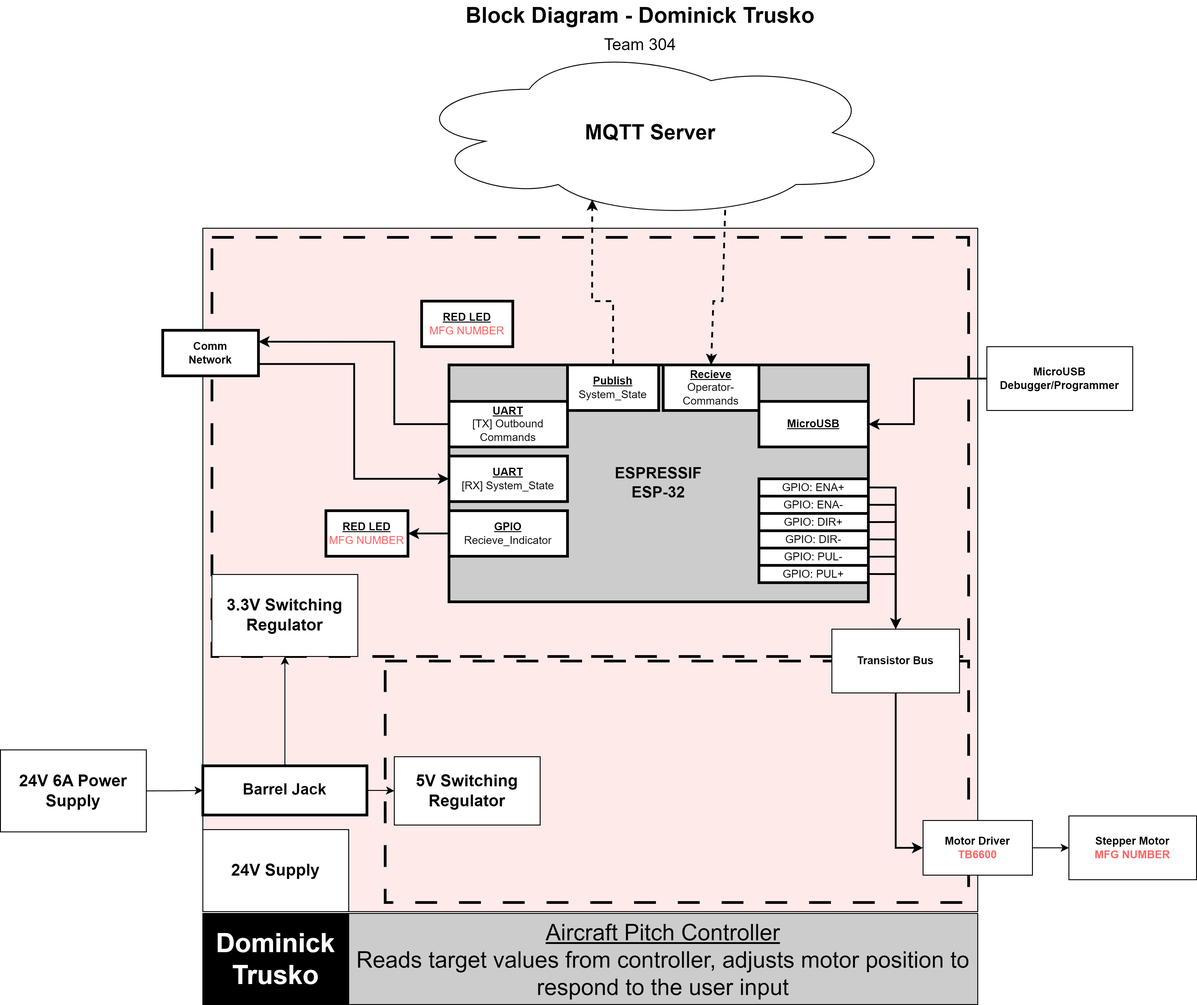
RecPal/DomTrusko304.github.io keeps this draw.io diagram as media/Block_Diagram/BlockDiagram.png. Above is the earlier version. Source tidied: cells renumbered, new cells last; positions are measured from the earlier drawing's top-left corner, leaving out a move shared by most shapes.
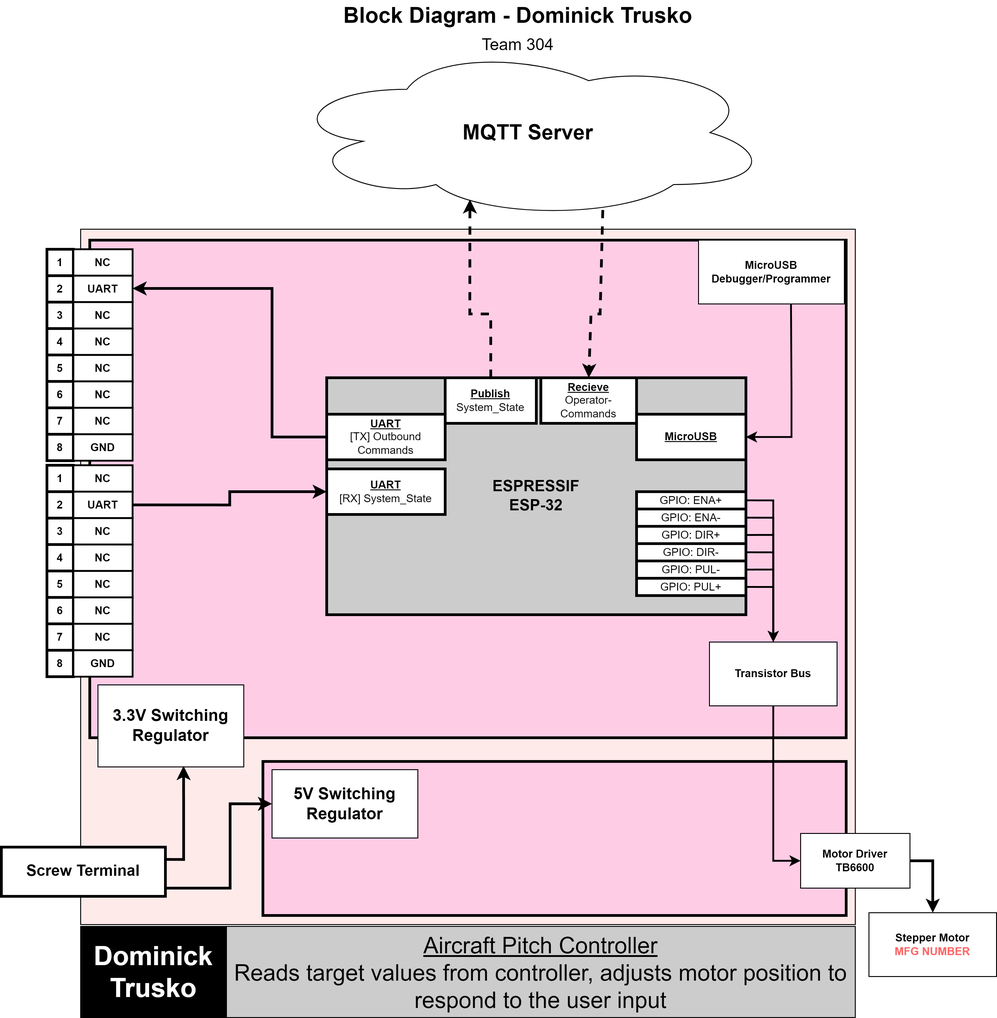
After the change.

Commit message:
Block Diagram Update

Diff of the diagram source:
```diff
@@ -4,5 +4,5 @@
     <mxCell id="1" parent="0" />
-    <mxCell id="2" style="rounded=0;whiteSpace=wrap;html=1;fillColor=#FFEAEA;" parent="1" vertex="1">
-      <mxGeometry x="222" y="250" width="850" height="750" as="geometry" />
-    </mxCell>
+    <mxCell id="51" style="rounded=0;whiteSpace=wrap;html=1;fillColor=#FFEAEA;" parent="1" vertex="1">
+      <mxGeometry x="222" y="237" width="850" height="763" as="geometry" />
+    </mxCell>
     <mxCell id="3" value="Dominick&lt;br&gt;Trusko" style="rounded=0;whiteSpace=wrap;html=1;fontStyle=1;fontSize=29;fillColor=#000000;fontColor=#FFFFFF;" parent="1" vertex="1">
@@ -13,13 +13,13 @@
     </mxCell>
-    <mxCell id="5" style="rounded=0;whiteSpace=wrap;html=1;fillColor=none;dashed=1;dashPattern=8 8;strokeWidth=3;" parent="1" vertex="1">
-      <mxGeometry x="422" y="725" width="640" height="265" as="geometry" />
-    </mxCell>
-    <mxCell id="6" style="rounded=0;whiteSpace=wrap;html=1;fillColor=none;dashed=1;dashPattern=8 8;strokeWidth=3;" parent="1" vertex="1">
-      <mxGeometry x="232" y="260" width="830" height="460" as="geometry" />
-    </mxCell>
+    <mxCell id="52" style="rounded=0;whiteSpace=wrap;html=1;fillColor=#FFCCE6;strokeWidth=3;gradientColor=none;fillStyle=auto;" parent="1" vertex="1">
+      <mxGeometry x="422" y="821" width="640" height="169" as="geometry" />
+    </mxCell>
+    <mxCell id="53" style="rounded=0;whiteSpace=wrap;html=1;fillColor=#FFCCE6;strokeWidth=3;fillStyle=auto;" parent="1" vertex="1">
+      <mxGeometry x="232" y="249" width="830" height="546" as="geometry" />
+    </mxCell>
     <mxCell id="7" value="3.3V Switching Regulator" style="rounded=0;whiteSpace=wrap;html=1;fontStyle=1;fontSize=18;" parent="1" vertex="1">
-      <mxGeometry x="232" y="630" width="160" height="90" as="geometry" />
+      <mxGeometry x="241" y="737" width="160" height="90" as="geometry" />
     </mxCell>
     <mxCell id="8" value="&lt;b&gt;&lt;font style=&quot;font-size: 23px;&quot;&gt;MQTT Server&lt;/font&gt;&lt;/b&gt;" style="ellipse;shape=cloud;whiteSpace=wrap;html=1;" parent="1" vertex="1">
-      <mxGeometry x="447" y="50" width="532" height="190" as="geometry" />
+      <mxGeometry x="447" y="36" width="532" height="190" as="geometry" />
     </mxCell>
@@ -28,3 +28,3 @@
     </mxCell>
-    <mxCell id="10" style="endArrow=classic;html=1;rounded=0;entryX=0.38;entryY=0.886;entryDx=0;entryDy=0;entryPerimeter=0;fontSize=11;strokeWidth=2;dashed=1;exitX=0.5;exitY=0;exitDx=0;exitDy=0;" parent="1" edge="1" source="35" target="8">
+    <mxCell id="10" style="endArrow=classic;html=1;rounded=0;entryX=0.38;entryY=0.886;entryDx=0;entryDy=0;entryPerimeter=0;fontSize=11;strokeWidth=3;dashed=1;exitX=0.5;exitY=0;exitDx=0;exitDy=0;" parent="1" edge="1" source="35" target="8">
       <mxGeometry relative="1" as="geometry">
@@ -36,3 +36,3 @@
     </mxCell>
-    <mxCell id="11" style="endArrow=classic;html=1;rounded=0;entryX=0.5;entryY=0;entryDx=0;entryDy=0;fontSize=11;strokeWidth=2;exitX=0.654;exitY=0.947;exitDx=0;exitDy=0;exitPerimeter=0;dashed=1;" parent="1" edge="1" source="8" target="36">
+    <mxCell id="11" style="endArrow=classic;html=1;rounded=0;entryX=0.5;entryY=0;entryDx=0;entryDy=0;fontSize=11;strokeWidth=3;exitX=0.654;exitY=0.947;exitDx=0;exitDy=0;exitPerimeter=0;dashed=1;" parent="1" edge="1" source="8" target="36">
       <mxGeometry relative="1" as="geometry">
@@ -48,5 +48,5 @@
     <mxCell id="13" value="&lt;h1 style=&quot;margin-top: 0px; line-height: 80%;&quot;&gt;Block Diagram - Dominick Trusko&lt;/h1&gt;&lt;p style=&quot;line-height: 80%;&quot;&gt;&lt;font style=&quot;font-size: 18px; line-height: 80%;&quot;&gt;Team 304&lt;/font&gt;&lt;/p&gt;" style="text;html=1;whiteSpace=wrap;overflow=hidden;rounded=0;align=center;" parent="1" vertex="1">
-      <mxGeometry x="502" width="400" height="90" as="geometry" />
+      <mxGeometry x="502" y="-14" width="400" height="90" as="geometry" />
     </mxCell>
-    <mxCell id="14" style="endArrow=classic;html=1;rounded=0;entryX=1;entryY=0.5;entryDx=0;entryDy=0;fontSize=11;strokeWidth=2;exitX=0;exitY=0.5;exitDx=0;exitDy=0;" parent="1" edge="1" source="15" target="12">
+    <mxCell id="14" style="endArrow=classic;html=1;rounded=0;entryX=1;entryY=0.5;entryDx=0;entryDy=0;fontSize=11;strokeWidth=2;exitX=0.634;exitY=0.993;exitDx=0;exitDy=0;exitPerimeter=0;" parent="1" edge="1" source="15" target="12">
       <mxGeometry relative="1" as="geometry">
@@ -59,3 +59,3 @@
     <mxCell id="15" value="MicroUSB Debugger/Programmer" style="rounded=0;whiteSpace=wrap;html=1;fontStyle=1;" parent="1" vertex="1">
-      <mxGeometry x="1082" y="380" width="160" height="70" as="geometry" />
+      <mxGeometry x="900" y="249" width="160" height="70" as="geometry" />
     </mxCell>
@@ -78,16 +78,4 @@
     <mxCell id="20" value="Stepper Motor&lt;br&gt;&lt;font style=&quot;color: rgb(255, 102, 102);&quot;&gt;MFG NUMBER&lt;/font&gt;" style="rounded=0;whiteSpace=wrap;html=1;fontStyle=1;" parent="1" vertex="1">
-      <mxGeometry x="1172" y="895" width="140" height="70" as="geometry" />
+      <mxGeometry x="1087" y="987" width="140" height="70" as="geometry" />
     </mxCell>
-    <mxCell id="21" value="&lt;b&gt;Comm&lt;br&gt;Network&lt;/b&gt;" style="rounded=0;whiteSpace=wrap;html=1;strokeWidth=3;" parent="1" vertex="1">
-      <mxGeometry x="178" y="362" width="105" height="50" as="geometry" />
-    </mxCell>
-    <mxCell id="22" style="edgeStyle=orthogonalEdgeStyle;shape=connector;rounded=0;jettySize=auto;html=1;exitX=0;exitY=0.5;exitDx=0;exitDy=0;entryX=1;entryY=0.5;entryDx=0;entryDy=0;strokeColor=default;strokeWidth=2;align=center;verticalAlign=middle;fontFamily=Helvetica;fontSize=11;fontColor=default;labelBackgroundColor=default;startArrow=classic;startFill=1;endArrow=none;endFill=1;" parent="1" edge="1" source="23" target="21">
-      <mxGeometry relative="1" as="geometry">
-        <Array as="points">
-          <mxPoint x="388" y="525" />
-          <mxPoint x="388" y="399" />
-          <mxPoint x="283" y="399" />
-        </Array>
-      </mxGeometry>
-    </mxCell>
     <mxCell id="23" value="&lt;u style=&quot;font-weight: bold;&quot;&gt;UART&lt;/u&gt;&lt;br&gt;[RX] System_State" style="rounded=0;whiteSpace=wrap;html=1;strokeWidth=3;" parent="1" vertex="1">
@@ -95,11 +83,12 @@
     </mxCell>
-    <mxCell id="24" style="edgeStyle=orthogonalEdgeStyle;shape=connector;rounded=0;jettySize=auto;html=1;exitX=0;exitY=0.25;exitDx=0;exitDy=0;entryX=1;entryY=0.25;entryDx=0;entryDy=0;strokeColor=default;strokeWidth=2;align=center;verticalAlign=middle;fontFamily=Helvetica;fontSize=11;fontColor=default;labelBackgroundColor=default;startArrow=none;startFill=0;endArrow=classic;endFill=1;" parent="1" edge="1" source="25" target="21">
-      <mxGeometry relative="1" as="geometry">
-        <Array as="points">
-          <mxPoint x="492" y="465" />
-          <mxPoint x="432" y="465" />
-          <mxPoint x="432" y="375" />
-        </Array>
-      </mxGeometry>
-    </mxCell>
+    <mxCell id="54" style="edgeStyle=orthogonalEdgeStyle;shape=connector;rounded=0;jettySize=auto;html=1;exitX=0;exitY=0.25;exitDx=0;exitDy=0;entryX=1;entryY=0.5;entryDx=0;entryDy=0;strokeColor=default;strokeWidth=3;align=center;verticalAlign=middle;fontFamily=Helvetica;fontSize=11;fontColor=default;labelBackgroundColor=default;startArrow=none;startFill=0;endArrow=classic;endFill=1;" parent="1" edge="1" source="25" target="70">
+      <mxGeometry relative="1" as="geometry">
+        <Array as="points">
+          <mxPoint x="492" y="465" />
+          <mxPoint x="432" y="465" />
+          <mxPoint x="432" y="302" />
+          <mxPoint x="279" y="302" />
+        </Array>
+      </mxGeometry>
+    </mxCell>
     <mxCell id="25" value="&lt;u style=&quot;font-weight: bold;&quot;&gt;UART&lt;/u&gt;&lt;br&gt;[TX] Outbound Commands" style="rounded=0;whiteSpace=wrap;html=1;strokeWidth=3;" parent="1" vertex="1">
@@ -107,26 +96,16 @@
     </mxCell>
-    <mxCell id="26" value="&lt;b&gt;&lt;u&gt;RED LED&lt;/u&gt;&lt;/b&gt;&lt;div&gt;&lt;font style=&quot;color: rgb(255, 102, 102);&quot;&gt;MFG NUMBER&lt;/font&gt;&lt;/div&gt;" style="rounded=0;whiteSpace=wrap;html=1;strokeWidth=3;" parent="1" vertex="1">
-      <mxGeometry x="462" y="330" width="100" height="50" as="geometry" />
-    </mxCell>
-    <mxCell id="27" style="edgeStyle=none;shape=connector;rounded=0;jettySize=auto;html=1;exitX=1;exitY=0.5;exitDx=0;exitDy=0;entryX=0;entryY=0.5;entryDx=0;entryDy=0;strokeColor=default;strokeWidth=2;align=center;verticalAlign=middle;fontFamily=Helvetica;fontSize=11;fontColor=default;labelBackgroundColor=default;startArrow=classic;startFill=1;endArrow=none;" parent="1" edge="1" source="28" target="29">
-      <mxGeometry relative="1" as="geometry" />
-    </mxCell>
-    <mxCell id="28" value="&lt;b&gt;&lt;u&gt;RED LED&lt;/u&gt;&lt;/b&gt;&lt;div&gt;&lt;font style=&quot;color: rgb(255, 102, 102);&quot;&gt;MFG NUMBER&lt;/font&gt;&lt;/div&gt;" style="rounded=0;whiteSpace=wrap;html=1;strokeWidth=3;" parent="1" vertex="1">
-      <mxGeometry x="357" y="560" width="90" height="50" as="geometry" />
-    </mxCell>
-    <mxCell id="29" value="&lt;u style=&quot;font-weight: bold;&quot;&gt;GPIO&lt;/u&gt;&lt;br&gt;Recieve_Indicator" style="rounded=0;whiteSpace=wrap;html=1;strokeWidth=3;" parent="1" vertex="1">
-      <mxGeometry x="492" y="560" width="130" height="50" as="geometry" />
-    </mxCell>
-    <mxCell id="30" style="edgeStyle=orthogonalEdgeStyle;rounded=0;jettySize=auto;html=1;entryX=0;entryY=0.5;entryDx=0;entryDy=0;" parent="1" edge="1" source="31" target="34">
-      <mxGeometry relative="1" as="geometry" />
-    </mxCell>
-    <mxCell id="31" value="&lt;b&gt;Barrel Jack&lt;/b&gt;" style="rounded=0;whiteSpace=wrap;html=1;strokeWidth=3;fontSize=17;" parent="1" vertex="1">
-      <mxGeometry x="222" y="840" width="180" height="54" as="geometry" />
-    </mxCell>
-    <mxCell id="32" style="edgeStyle=orthogonalEdgeStyle;rounded=0;jettySize=auto;html=1;entryX=0.5;entryY=1;entryDx=0;entryDy=0;" parent="1" edge="1" source="31" target="7">
-      <mxGeometry relative="1" as="geometry" />
-    </mxCell>
-    <mxCell id="33" value="24V Supply" style="rounded=0;whiteSpace=wrap;html=1;fontStyle=1;fontSize=18;" parent="1" vertex="1">
-      <mxGeometry x="222" y="910" width="160" height="90" as="geometry" />
-    </mxCell>
+    <mxCell id="55" style="edgeStyle=orthogonalEdgeStyle;rounded=0;jettySize=auto;html=1;entryX=0;entryY=0.5;entryDx=0;entryDy=0;strokeWidth=3;" parent="1" edge="1" source="57" target="34">
+      <mxGeometry relative="1" as="geometry">
+        <Array as="points">
+          <mxPoint x="386" y="960" />
+          <mxPoint x="386" y="868" />
+        </Array>
+      </mxGeometry>
+    </mxCell>
+    <mxCell id="56" style="edgeStyle=orthogonalEdgeStyle;rounded=0;jettySize=auto;html=1;exitX=1;exitY=0.25;exitDx=0;exitDy=0;entryX=0.587;entryY=0.989;entryDx=0;entryDy=0;strokeWidth=3;entryPerimeter=0;" parent="1" edge="1" source="57" target="7">
+      <mxGeometry relative="1" as="geometry" />
+    </mxCell>
+    <mxCell id="57" value="&lt;b&gt;Screw Terminal&lt;/b&gt;" style="rounded=0;whiteSpace=wrap;html=1;strokeWidth=3;fontSize=17;" parent="1" vertex="1">
+      <mxGeometry x="135" y="915" width="180" height="54" as="geometry" />
+    </mxCell>
     <mxCell id="34" value="5V Switching Regulator" style="rounded=0;whiteSpace=wrap;html=1;fontStyle=1;fontSize=18;" parent="1" vertex="1">
@@ -140,6 +119,6 @@
     </mxCell>
-    <mxCell id="37" style="edgeStyle=orthogonalEdgeStyle;rounded=0;jettySize=auto;html=1;exitX=1;exitY=0.5;exitDx=0;exitDy=0;entryX=0;entryY=0.5;entryDx=0;entryDy=0;" parent="1" edge="1" source="38" target="20">
+    <mxCell id="37" style="edgeStyle=orthogonalEdgeStyle;rounded=0;jettySize=auto;html=1;exitX=1;exitY=0.5;exitDx=0;exitDy=0;entryX=0.5;entryY=0;entryDx=0;entryDy=0;strokeWidth=3;" parent="1" edge="1" source="38" target="20">
       <mxGeometry relative="1" as="geometry" />
     </mxCell>
-    <mxCell id="38" value="&lt;b&gt;Motor Driver&lt;/b&gt;&lt;div&gt;&lt;b&gt;&lt;font style=&quot;color: rgb(255, 102, 102);&quot;&gt;TB6600&lt;/font&gt;&lt;/b&gt;&lt;/div&gt;" style="rounded=0;whiteSpace=wrap;html=1;" parent="1" vertex="1">
+    <mxCell id="38" value="&lt;b&gt;Motor Driver&lt;/b&gt;&lt;div&gt;&lt;b&gt;&lt;font style=&quot;color: rgb(0, 0, 0);&quot;&gt;TB6600&lt;/font&gt;&lt;/b&gt;&lt;/div&gt;" style="rounded=0;whiteSpace=wrap;html=1;" parent="1" vertex="1">
       <mxGeometry x="1012" y="900" width="120" height="60" as="geometry" />
@@ -176,8 +155,110 @@
     </mxCell>
-    <mxCell id="49" style="edgeStyle=orthogonalEdgeStyle;rounded=0;jettySize=auto;html=1;exitX=1;exitY=0.5;exitDx=0;exitDy=0;entryX=0;entryY=0.5;entryDx=0;entryDy=0;" parent="1" edge="1" source="50" target="31">
-      <mxGeometry relative="1" as="geometry" />
-    </mxCell>
-    <mxCell id="50" value="24V 6A Power Supply" style="rounded=0;whiteSpace=wrap;html=1;fontStyle=1;fontSize=18;" parent="1" vertex="1">
-      <mxGeometry y="822.5" width="160" height="90" as="geometry" />
-    </mxCell>
+    <mxCell id="58" style="edgeStyle=orthogonalEdgeStyle;rounded=0;jettySize=auto;html=1;exitX=1;exitY=0.5;exitDx=0;exitDy=0;strokeWidth=3;" parent="1" edge="1" source="87" target="23">
+      <mxGeometry relative="1" as="geometry" />
+    </mxCell>
+    <mxCell id="59" style="group;" parent="1" vertex="1">
+      <mxGeometry x="185" y="259" width="94" height="469" as="geometry" />
+    </mxCell>
+    <mxCell id="60" style="group;" parent="59" vertex="1">
+      <mxGeometry width="94" height="232" as="geometry" />
+    </mxCell>
+    <mxCell id="61" value="1" style="rounded=0;whiteSpace=wrap;html=1;strokeWidth=3;fontStyle=1;" parent="60" vertex="1">
+      <mxGeometry width="29" height="29" as="geometry" />
+    </mxCell>
+    <mxCell id="62" value="2" style="rounded=0;whiteSpace=wrap;html=1;strokeWidth=3;fontStyle=1;" parent="60" vertex="1">
+      <mxGeometry y="29" width="29" height="29" as="geometry" />
+    </mxCell>
+    <mxCell id="63" value="3" style="rounded=0;whiteSpace=wrap;html=1;strokeWidth=3;fontStyle=1;" parent="60" vertex="1">
+      <mxGeometry y="58" width="29" height="29" as="geometry" />
+    </mxCell>
+    <mxCell id="64" value="4" style="rounded=0;whiteSpace=wrap;html=1;strokeWidth=3;fontStyle=1;" parent="60" vertex="1">
+      <mxGeometry y="87" width="29" height="29" as="geometry" />
+    </mxCell>
+    <mxCell id="65" value="5" style="rounded=0;whiteSpace=wrap;html=1;strokeWidth=3;fontStyle=1;" parent="60" vertex="1">
+      <mxGeometry y="116" width="29" height="29" as="geometry" />
+    </mxCell>
+    <mxCell id="66" value="6" style="rounded=0;whiteSpace=wrap;html=1;strokeWidth=3;fontStyle=1;" parent="60" vertex="1">
+      <mxGeometry y="145" width="29" height="29" as="geometry" />
+    </mxCell>
+    <mxCell id="67" value="7" style="rounded=0;whiteSpace=wrap;html=1;strokeWidth=3;fontStyle=1;" parent="60" vertex="1">
+      <mxGeometry y="174" width="29" height="29" as="geometry" />
+    </mxCell>
+    <mxCell id="68" value="8" style="rounded=0;whiteSpace=wrap;html=1;strokeWidth=3;fontStyle=1;" parent="60" vertex="1">
+      <mxGeometry y="203" width="29" height="29" as="geometry" />
+    </mxCell>
+    <mxCell id="69" value="NC" style="rounded=0;whiteSpace=wrap;html=1;strokeWidth=2;fontStyle=1;" parent="60" vertex="1">
+      <mxGeometry x="29" width="65" height="29" as="geometry" />
+    </mxCell>
+    <mxCell id="70" value="UART" style="rounded=0;whiteSpace=wrap;html=1;strokeWidth=2;fontStyle=1;" parent="60" vertex="1">
+      <mxGeometry x="29" y="29" width="65" height="29" as="geometry" />
+    </mxCell>
+    <mxCell id="71" value="NC" style="rounded=0;whiteSpace=wrap;html=1;strokeWidth=2;fontStyle=1;" parent="60" vertex="1">
+      <mxGeometry x="29" y="58" width="65" height="29" as="geometry" />
+    </mxCell>
+    <mxCell id="72" value="NC" style="rounded=0;whiteSpace=wrap;html=1;strokeWidth=2;fontStyle=1;" parent="60" vertex="1">
+      <mxGeometry x="29" y="87" width="65" height="29" as="geometry" />
+    </mxCell>
+    <mxCell id="73" value="NC" style="rounded=0;whiteSpace=wrap;html=1;strokeWidth=2;fontStyle=1;" parent="60" vertex="1">
+      <mxGeometry x="29" y="116" width="65" height="29" as="geometry" />
+    </mxCell>
+    <mxCell id="74" value="NC" style="rounded=0;whiteSpace=wrap;html=1;strokeWidth=2;fontStyle=1;" parent="60" vertex="1">
+      <mxGeometry x="29" y="145" width="65" height="29" as="geometry" />
+    </mxCell>
+    <mxCell id="75" value="NC" style="rounded=0;whiteSpace=wrap;html=1;strokeWidth=2;fontStyle=1;" parent="60" vertex="1">
+      <mxGeometry x="29" y="174" width="65" height="29" as="geometry" />
+    </mxCell>
+    <mxCell id="76" value="GND" style="rounded=0;whiteSpace=wrap;html=1;strokeWidth=2;fontStyle=1;" parent="60" vertex="1">
+      <mxGeometry x="29" y="203" width="65" height="29" as="geometry" />
+    </mxCell>
+    <mxCell id="77" style="group;" parent="59" vertex="1">
+      <mxGeometry y="237" width="94" height="232" as="geometry" />
+    </mxCell>
+    <mxCell id="78" value="1" style="rounded=0;whiteSpace=wrap;html=1;strokeWidth=3;fontStyle=1;" parent="77" vertex="1">
+      <mxGeometry width="29" height="29" as="geometry" />
+    </mxCell>
+    <mxCell id="79" value="2" style="rounded=0;whiteSpace=wrap;html=1;strokeWidth=3;fontStyle=1;" parent="77" vertex="1">
+      <mxGeometry y="29" width="29" height="29" as="geometry" />
+    </mxCell>
+    <mxCell id="80" value="3" style="rounded=0;whiteSpace=wrap;html=1;strokeWidth=3;fontStyle=1;" parent="77" vertex="1">
+      <mxGeometry y="58" width="29" height="29" as="geometry" />
+    </mxCell>
+    <mxCell id="81" value="4" style="rounded=0;whiteSpace=wrap;html=1;strokeWidth=3;fontStyle=1;" parent="77" vertex="1">
+      <mxGeometry y="87" width="29" height="29" as="geometry" />
+    </mxCell>
+    <mxCell id="82" value="5" style="rounded=0;whiteSpace=wrap;html=1;strokeWidth=3;fontStyle=1;" parent="77" vertex="1">
+      <mxGeometry y="116" width="29" height="29" as="geometry" />
+    </mxCell>
+    <mxCell id="83" value="6" style="rounded=0;whiteSpace=wrap;html=1;strokeWidth=3;fontStyle=1;" parent="77" vertex="1">
+      <mxGeometry y="145" width="29" height="29" as="geometry" />
+    </mxCell>
+    <mxCell id="84" value="7" style="rounded=0;whiteSpace=wrap;html=1;strokeWidth=3;fontStyle=1;" parent="77" vertex="1">
+      <mxGeometry y="174" width="29" height="29" as="geometry" />
+    </mxCell>
+    <mxCell id="85" value="8" style="rounded=0;whiteSpace=wrap;html=1;strokeWidth=3;fontStyle=1;" parent="77" vertex="1">
+      <mxGeometry y="203" width="29" height="29" as="geometry" />
+    </mxCell>
+    <mxCell id="86" value="NC" style="rounded=0;whiteSpace=wrap;html=1;strokeWidth=2;fontStyle=1;" parent="77" vertex="1">
+      <mxGeometry x="29" width="65" height="29" as="geometry" />
+    </mxCell>
+    <mxCell id="87" value="UART" style="rounded=0;whiteSpace=wrap;html=1;strokeWidth=2;fontStyle=1;" parent="77" vertex="1">
+      <mxGeometry x="29" y="29" width="65" height="29" as="geometry" />
+    </mxCell>
+    <mxCell id="88" value="NC" style="rounded=0;whiteSpace=wrap;html=1;strokeWidth=2;fontStyle=1;" parent="77" vertex="1">
+      <mxGeometry x="29" y="58" width="65" height="29" as="geometry" />
+    </mxCell>
+    <mxCell id="89" value="NC" style="rounded=0;whiteSpace=wrap;html=1;strokeWidth=2;fontStyle=1;" parent="77" vertex="1">
+      <mxGeometry x="29" y="87" width="65" height="29" as="geometry" />
+    </mxCell>
+    <mxCell id="90" value="NC" style="rounded=0;whiteSpace=wrap;html=1;strokeWidth=2;fontStyle=1;" parent="77" vertex="1">
+      <mxGeometry x="29" y="116" width="65" height="29" as="geometry" />
+    </mxCell>
+    <mxCell id="91" value="NC" style="rounded=0;whiteSpace=wrap;html=1;strokeWidth=2;fontStyle=1;" parent="77" vertex="1">
+      <mxGeometry x="29" y="145" width="65" height="29" as="geometry" />
+    </mxCell>
+    <mxCell id="92" value="NC" style="rounded=0;whiteSpace=wrap;html=1;strokeWidth=2;fontStyle=1;" parent="77" vertex="1">
+      <mxGeometry x="29" y="174" width="65" height="29" as="geometry" />
+    </mxCell>
+    <mxCell id="93" value="GND" style="rounded=0;whiteSpace=wrap;html=1;strokeWidth=2;fontStyle=1;" parent="77" vertex="1">
+      <mxGeometry x="29" y="203" width="65" height="29" as="geometry" />
+    </mxCell>
   </root>
```
